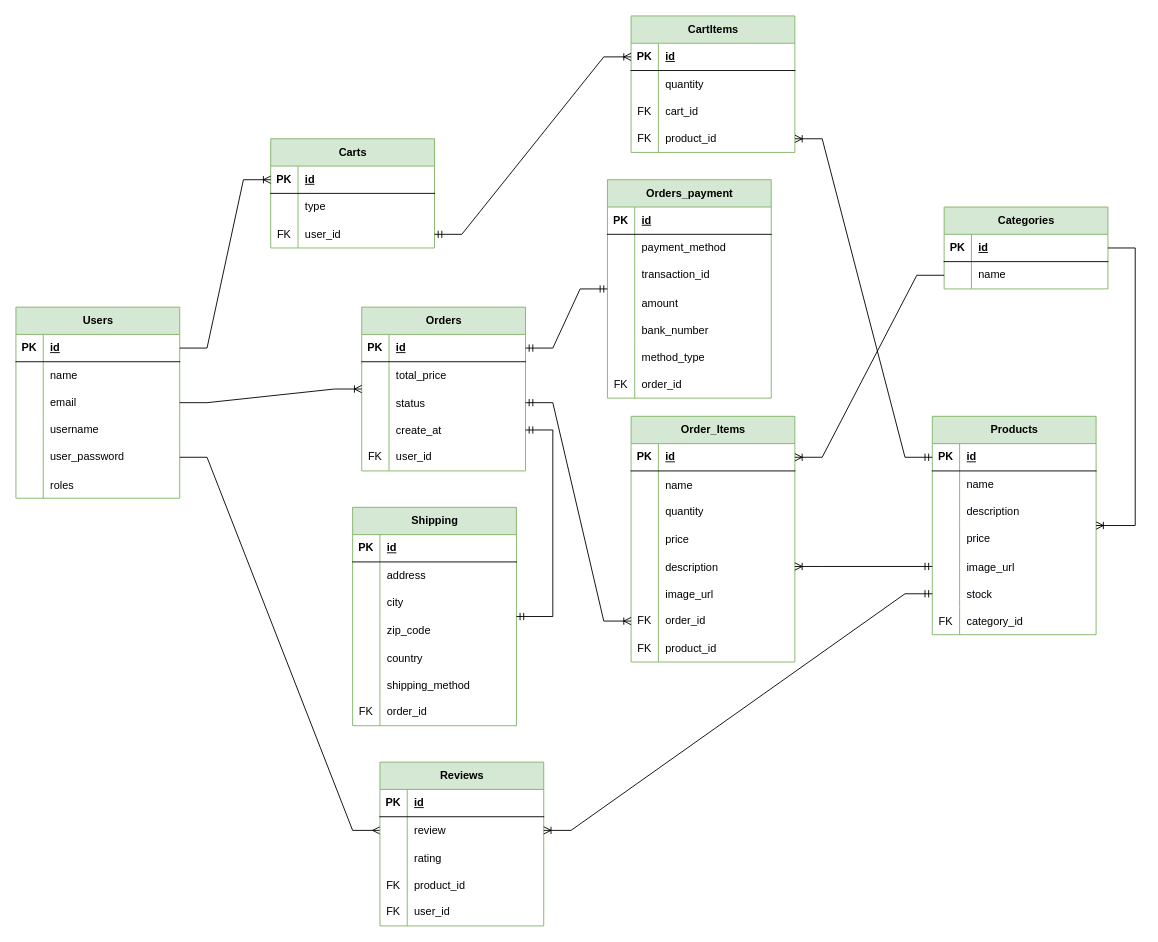
Above: ER Diagram.drawio in matobuild/Elegant (draw.io), before the change. Source tidied: cells renumbered, new cells numbered last; positions are measured from the earlier drawing's top-left corner, leaving out a move shared by most shapes. Both pictures are drawn from the tidied source at 91%, with x=0, y=0 at pixel (15, 15).
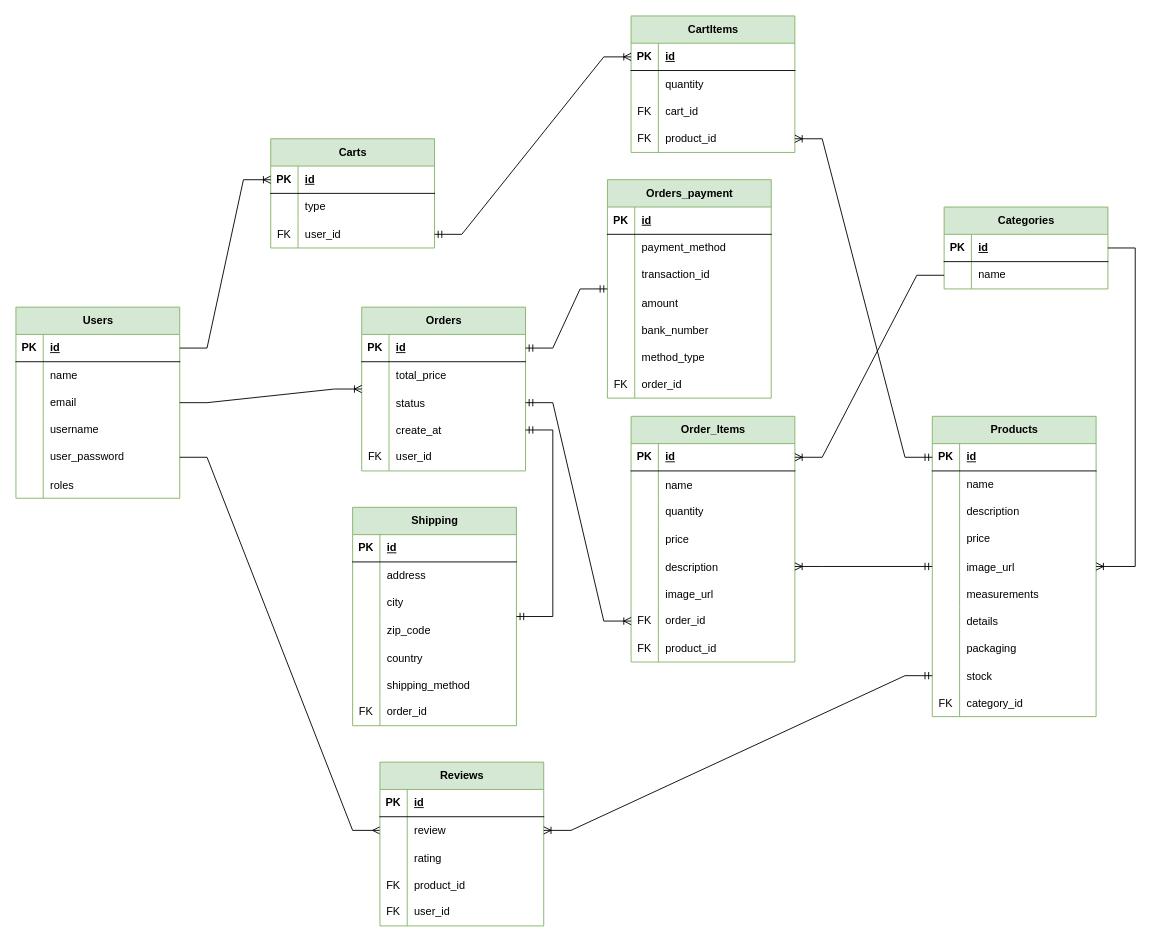
After the change.

What changed in the source:
```diff
@@
     <mxCell id="21" value="Products" style="shape=table;startSize=30;childLayout=tableLayout;rowLines=0;fontStyle=1;align=center;html=1;fillColor=#d5e8d4;strokeColor=#82b366;" parent="1" vertex="1">
-      <mxGeometry x="1007" y="440" width="180" height="240" as="geometry" />
+      <mxGeometry x="1007" y="440" width="180" height="330" as="geometry" />
     </mxCell>
@@
+    <mxCell id="186" style="shape=tableRow;horizontal=0;startSize=0;swimlaneHead=0;swimlaneBody=0;fillColor=none;top=0;left=0;right=0;bottom=0;" parent="21" vertex="1">
+      <mxGeometry y="180" width="180" height="30" as="geometry" />
+    </mxCell>
+    <mxCell id="187" style="shape=partialRectangle;fillColor=none;top=0;left=0;bottom=0;right=0;overflow=hidden;" parent="186" vertex="1">
+      <mxGeometry width="30" height="30" as="geometry" />
+    </mxCell>
+    <mxCell id="188" value="measurements" style="shape=partialRectangle;fillColor=none;top=0;left=0;bottom=0;right=0;align=left;spacingLeft=6;overflow=hidden;" parent="186" vertex="1">
+      <mxGeometry x="30" width="150" height="30" as="geometry" />
+    </mxCell>
+    <mxCell id="189" style="shape=tableRow;horizontal=0;startSize=0;swimlaneHead=0;swimlaneBody=0;fillColor=none;top=0;left=0;right=0;bottom=0;" parent="21" vertex="1">
+      <mxGeometry y="210" width="180" height="30" as="geometry" />
+    </mxCell>
+    <mxCell id="190" style="shape=partialRectangle;fillColor=none;top=0;left=0;bottom=0;right=0;overflow=hidden;" parent="189" vertex="1">
+      <mxGeometry width="30" height="30" as="geometry" />
+    </mxCell>
+    <mxCell id="191" value="details" style="shape=partialRectangle;fillColor=none;top=0;left=0;bottom=0;right=0;align=left;spacingLeft=6;overflow=hidden;" parent="189" vertex="1">
+      <mxGeometry x="30" width="150" height="30" as="geometry" />
+    </mxCell>
+    <mxCell id="192" style="shape=tableRow;horizontal=0;startSize=0;swimlaneHead=0;swimlaneBody=0;fillColor=none;top=0;left=0;right=0;bottom=0;" parent="21" vertex="1">
+      <mxGeometry y="240" width="180" height="30" as="geometry" />
+    </mxCell>
+    <mxCell id="193" style="shape=partialRectangle;fillColor=none;top=0;left=0;bottom=0;right=0;overflow=hidden;" parent="192" vertex="1">
+      <mxGeometry width="30" height="30" as="geometry" />
+    </mxCell>
+    <mxCell id="194" value="packaging" style="shape=partialRectangle;fillColor=none;top=0;left=0;bottom=0;right=0;align=left;spacingLeft=6;overflow=hidden;" parent="192" vertex="1">
+      <mxGeometry x="30" width="150" height="30" as="geometry" />
+    </mxCell>
     <mxCell id="37" style="shape=tableRow;horizontal=0;startSize=0;swimlaneHead=0;swimlaneBody=0;fillColor=none;points=[[0,0.5],[1,0.5]];portConstraint=eastwest;top=0;left=0;right=0;bottom=0;" parent="21" vertex="1">
-      <mxGeometry y="180" width="180" height="30" as="geometry" />
+      <mxGeometry y="270" width="180" height="30" as="geometry" />
     </mxCell>
@@
     <mxCell id="40" style="shape=tableRow;horizontal=0;startSize=0;swimlaneHead=0;swimlaneBody=0;fillColor=none;top=0;left=0;right=0;bottom=0;" parent="21" vertex="1">
-      <mxGeometry y="210" width="180" height="30" as="geometry" />
+      <mxGeometry y="300" width="180" height="30" as="geometry" />
     </mxCell>
```
